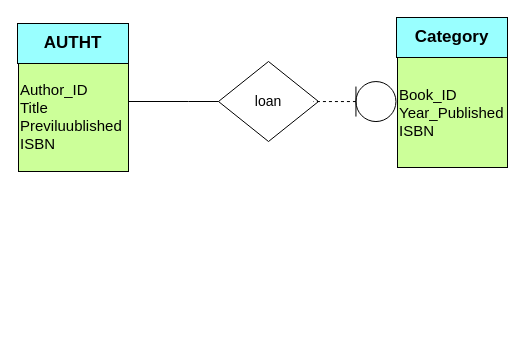
hussaini021/Library_management keeps this draw.io diagram as ER_Diagram-for-libarary-management-System.drawio. Above is the earlier version. Source tidied: cells renumbered, new cells numbered last; positions are measured from the earlier drawing's top-left corner, leaving out a move shared by most shapes. Both pictures are drawn from the tidied source at 100%, with x=0, y=0 at pixel (17, 17).
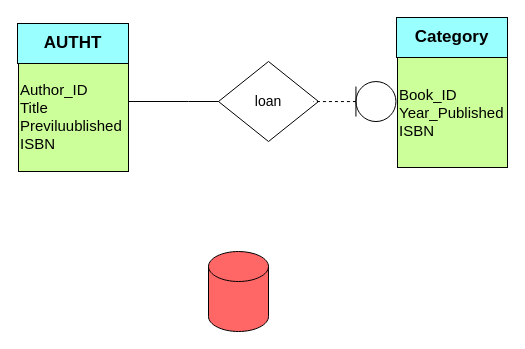
Above is the later version.

The edit, as a diff of the source:
```diff
@@
 <mxGraphModel>
   <root>
     <mxCell id="0" />
     <mxCell id="1" parent="0" />
     <mxCell id="2" value="&lt;font style=&quot;font-size: 14px;&quot;&gt;loan&lt;/font&gt;" style="rhombus;whiteSpace=wrap;html=1;" parent="1" vertex="1">
       <mxGeometry x="201" y="44" width="100" height="80" as="geometry" />
     </mxCell>
     <mxCell id="3" value="&lt;font style=&quot;font-size: 15px;&quot;&gt;Author_ID&lt;/font&gt;&lt;div&gt;&lt;font style=&quot;font-size: 15px;&quot;&gt;Title&lt;/font&gt;&lt;/div&gt;&lt;div&gt;&lt;font style=&quot;font-size: 15px;&quot;&gt;Previluublished&lt;/font&gt;&lt;/div&gt;&lt;div&gt;&lt;font style=&quot;font-size: 15px;&quot;&gt;ISBN&lt;/font&gt;&lt;/div&gt;" style="whiteSpace=wrap;html=1;align=left;fillColor=#CCFF99;" parent="1" vertex="1">
       <mxGeometry x="1" y="44" width="110" height="110" as="geometry" />
     </mxCell>
     <mxCell id="4" value="&lt;b&gt;&lt;font style=&quot;font-size: 17px;&quot;&gt;AUTHT&lt;/font&gt;&lt;/b&gt;" style="rounded=0;whiteSpace=wrap;html=1;fillColor=#99FFFF;" parent="1" vertex="1">
       <mxGeometry y="6" width="111" height="40" as="geometry" />
     </mxCell>
     <mxCell id="5" style="endArrow=none;html=1;rounded=0;" parent="1" edge="1">
       <mxGeometry relative="1" as="geometry">
         <mxPoint x="111" y="84" as="sourcePoint" />
         <mxPoint x="201" y="84" as="targetPoint" />
         <Array as="points">
           <mxPoint x="171" y="84" />
         </Array>
       </mxGeometry>
     </mxCell>
     <mxCell id="6" style="shape=umlLifeline;perimeter=lifelinePerimeter;whiteSpace=wrap;html=1;newEdgeStyle={&quot;curved&quot;:0,&quot;rounded&quot;:0};participant=umlEntity;rotation=90;size=40;" parent="1" vertex="1">
       <mxGeometry x="317.2" y="42.8" width="40" height="82.5" as="geometry" />
     </mxCell>
     <mxCell id="7" value="&lt;span style=&quot;font-size: 15px;&quot;&gt;Book_ID&lt;/span&gt;&lt;div&gt;&lt;span style=&quot;font-size: 15px;&quot;&gt;Year_Published&lt;/span&gt;&lt;/div&gt;&lt;div&gt;&lt;span style=&quot;font-size: 15px;&quot;&gt;ISBN&lt;/span&gt;&lt;/div&gt;" style="whiteSpace=wrap;html=1;align=left;fillColor=#CCFF99;" parent="1" vertex="1">
       <mxGeometry x="380" y="40" width="110" height="110" as="geometry" />
     </mxCell>
     <mxCell id="8" value="&lt;span style=&quot;font-size: 17px;&quot;&gt;&lt;b&gt;Category&lt;/b&gt;&lt;/span&gt;" style="rounded=0;whiteSpace=wrap;html=1;fillColor=#99FFFF;" parent="1" vertex="1">
       <mxGeometry x="379" width="111" height="40" as="geometry" />
     </mxCell>
+    <mxCell id="9" style="shape=cylinder3;whiteSpace=wrap;html=1;boundedLbl=1;backgroundOutline=1;size=15;fillColor=#FF6666;" parent="1" vertex="1">
+      <mxGeometry x="191" y="234" width="60" height="80" as="geometry" />
+    </mxCell>
   </root>
 </mxGraphModel>
```
